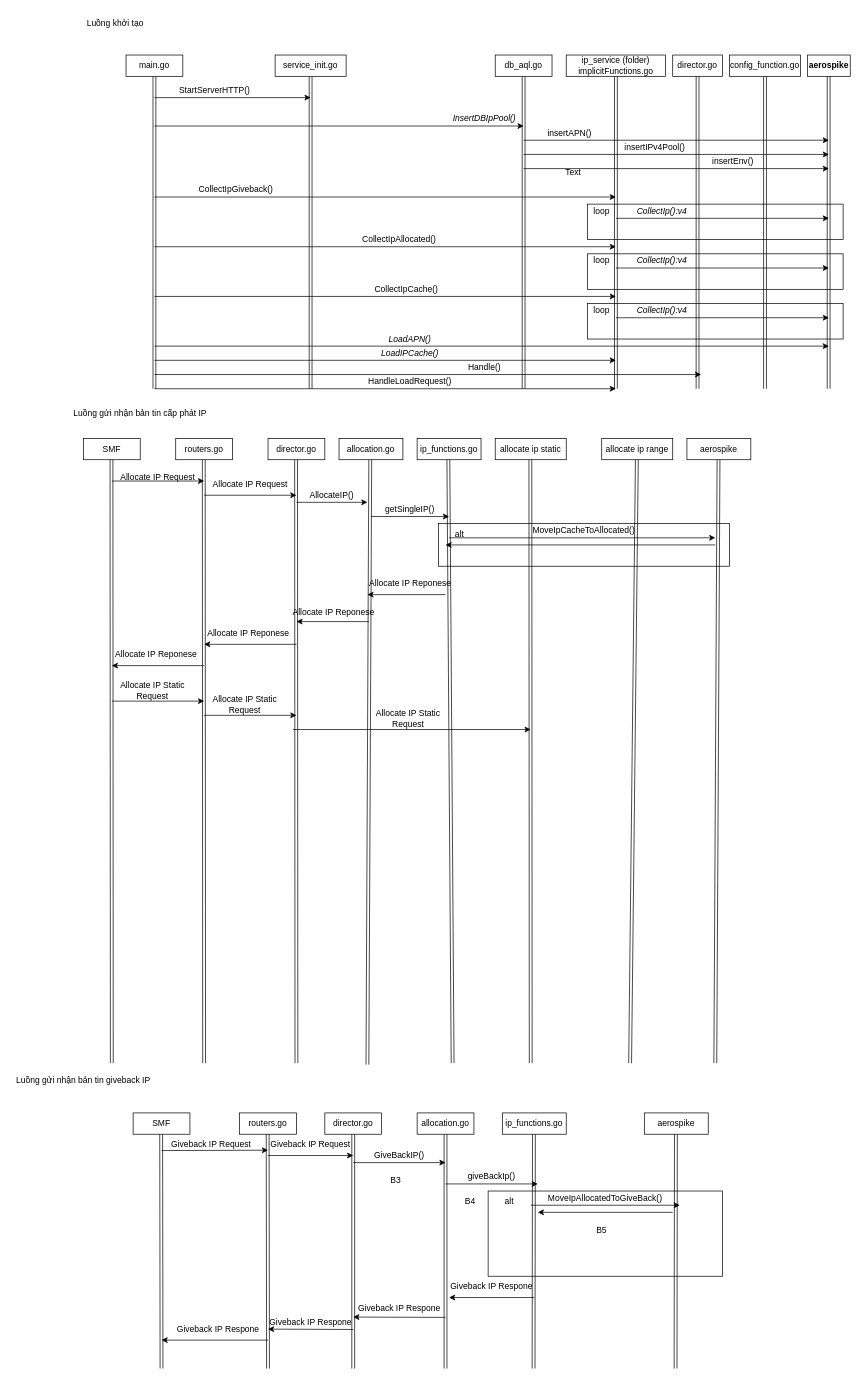
Above: Biểu đồ không có tiêu đề.drawio in trinhmn49/Thuc_hanh_PTUDDD (draw.io), before the change. Source tidied: cells renumbered, new cells numbered last; positions are measured from the earlier drawing's top-left corner, leaving out a move shared by most shapes. Both pictures are drawn from the tidied source at 71%, with x=0, y=0 at pixel (12, 12).
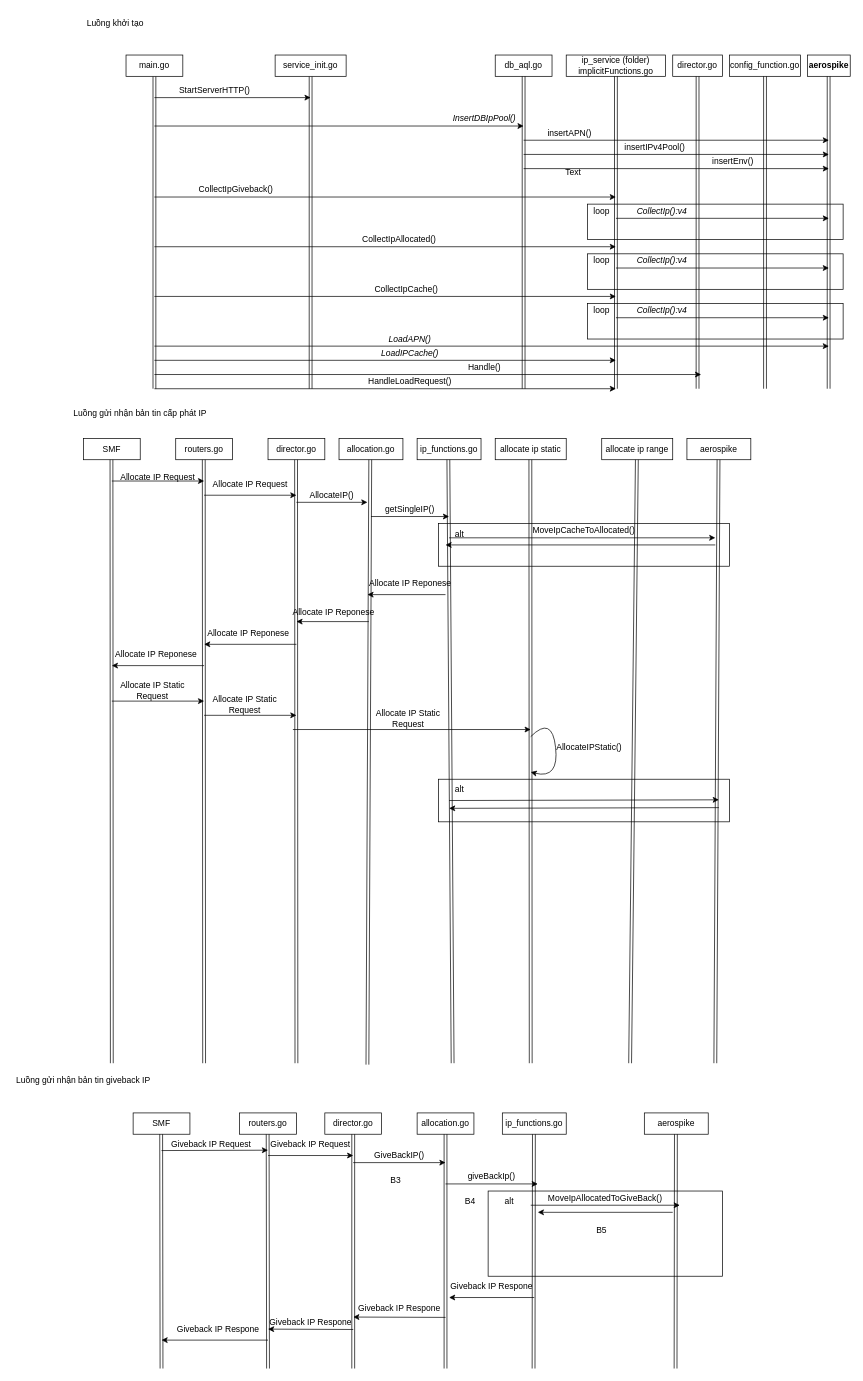
Above is the later version.

Commit message (it also covers changes not shown here):
Cập nhật Biểu đồ không có tiêu đề.drawio

Diff of the diagram source:
```diff
@@
+    <mxCell id="136" style="curved=1;endArrow=classic;html=1;rounded=0;" parent="1" edge="1">
+      <mxGeometry relative="1" as="geometry">
+        <mxPoint x="730" y="1020" as="sourcePoint" />
+        <mxPoint x="730" y="1070" as="targetPoint" />
+        <Array as="points">
+          <mxPoint x="730" y="1020" />
+          <mxPoint x="760" y="990" />
+          <mxPoint x="770" y="1080" />
+        </Array>
+      </mxGeometry>
+    </mxCell>
+    <mxCell id="137" value="AllocateIPStatic()" style="text;html=1;strokeColor=none;fillColor=none;align=center;verticalAlign=middle;whiteSpace=wrap;rounded=0;" parent="1" vertex="1">
+      <mxGeometry x="760" y="1020" width="105" height="30" as="geometry" />
+    </mxCell>
+    <mxCell id="138" style="rounded=0;whiteSpace=wrap;html=1;fillColor=none;" parent="1" vertex="1">
+      <mxGeometry x="600" y="1080" width="410" height="60" as="geometry" />
+    </mxCell>
+    <mxCell id="139" value="alt" style="text;html=1;strokeColor=none;fillColor=none;align=center;verticalAlign=middle;whiteSpace=wrap;rounded=0;" parent="1" vertex="1">
+      <mxGeometry x="600" y="1080" width="60" height="30" as="geometry" />
+    </mxCell>
+    <mxCell id="140" style="endArrow=classic;html=1;rounded=0;exitX=0.25;exitY=1;exitDx=0;exitDy=0;" parent="1" edge="1" source="139">
+      <mxGeometry relative="1" as="geometry">
+        <mxPoint x="995" y="1109" as="targetPoint" />
+      </mxGeometry>
+    </mxCell>
+    <mxCell id="141" style="endArrow=classic;html=1;rounded=0;exitX=0.25;exitY=1;exitDx=0;exitDy=0;" parent="1" edge="1">
+      <mxGeometry relative="1" as="geometry">
+        <mxPoint x="995" y="1120" as="sourcePoint" />
+        <mxPoint x="615" y="1121" as="targetPoint" />
+      </mxGeometry>
+    </mxCell>
```
